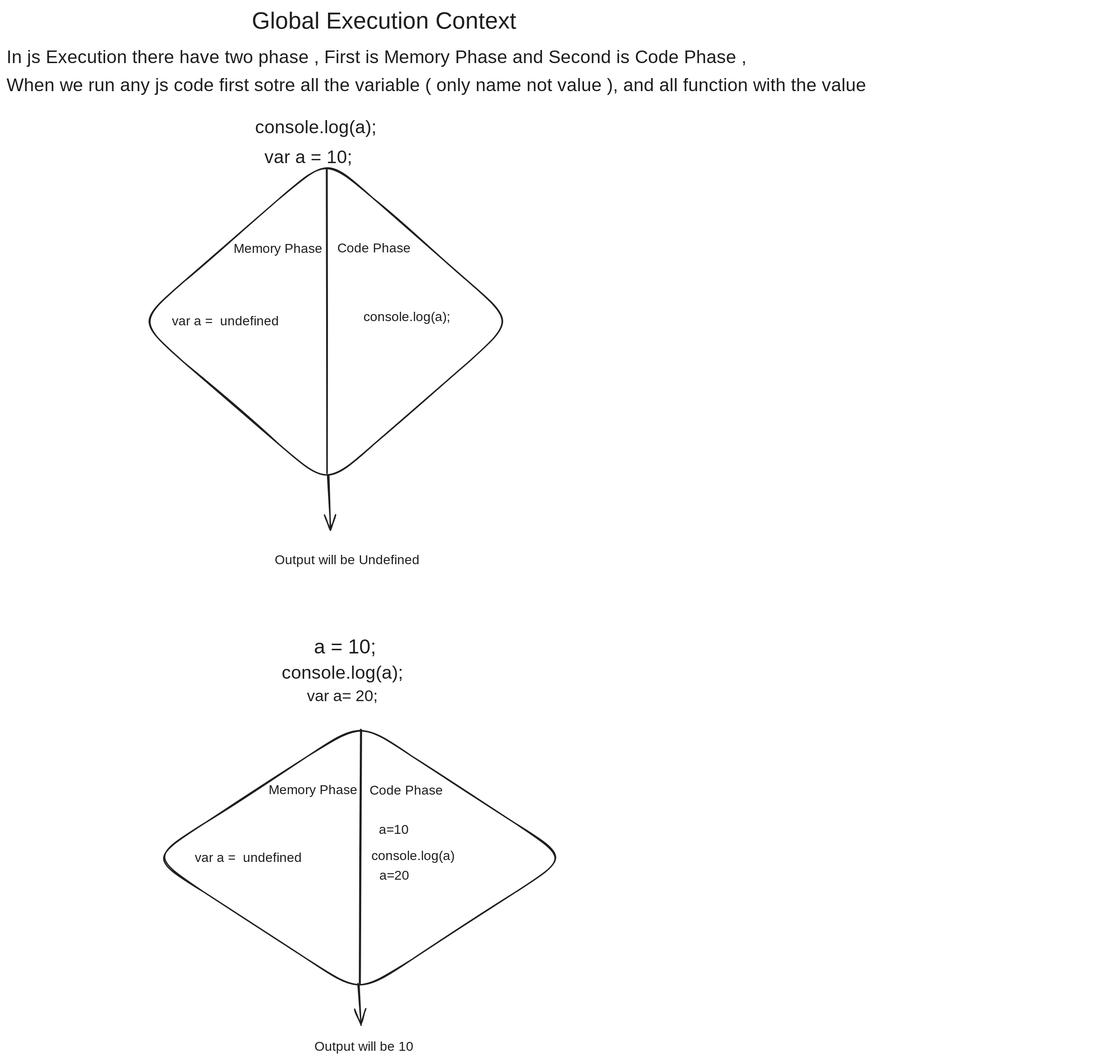
Shihab2022/interview-question keeps this Excalidraw diagram as js/Global Execution Context/Global Execution Context.excalidraw.svg. Above is the earlier version. Source tidied: one line per element, renumbered; positions are measured from the earlier drawing's top-left corner, leaving out a move shared by most shapes.
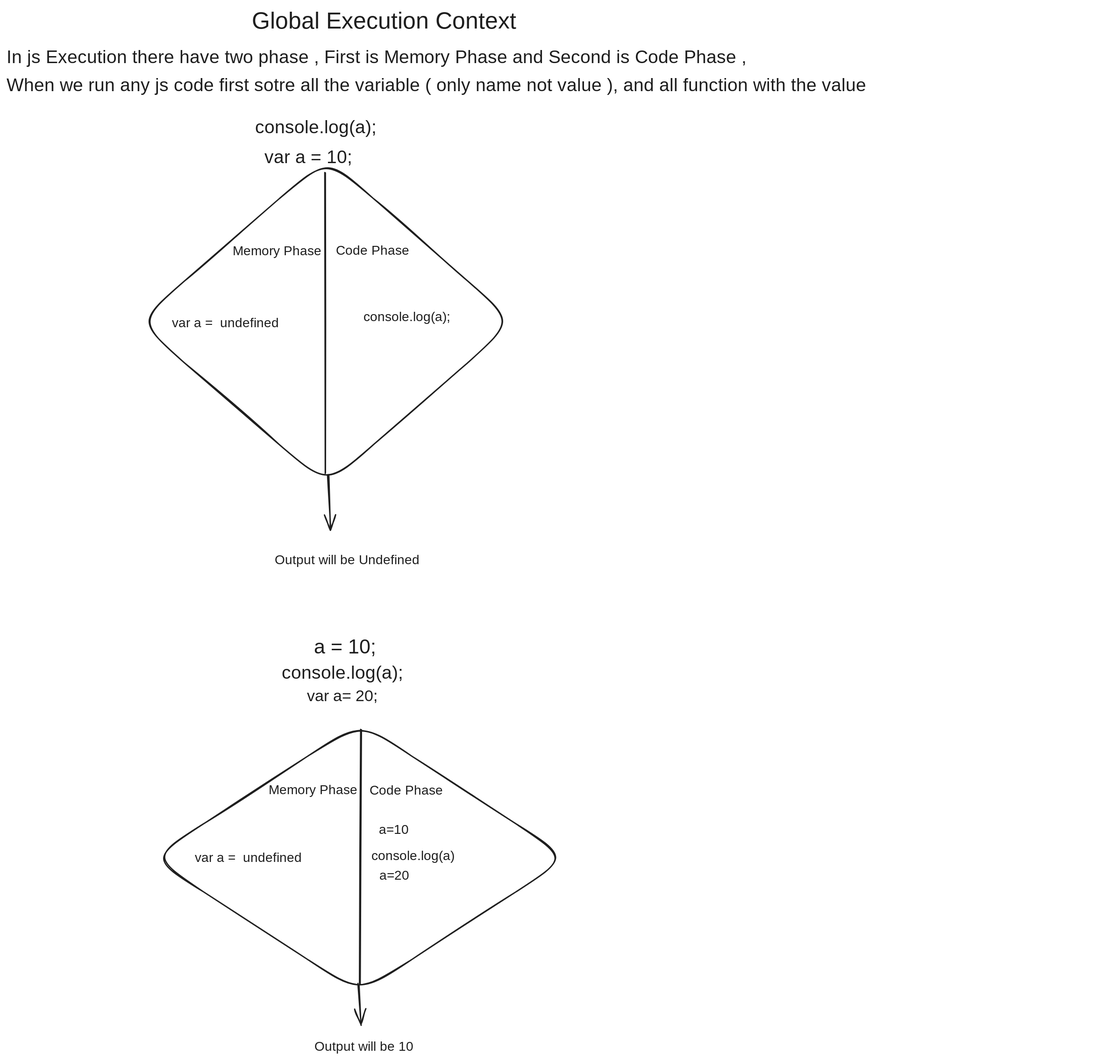
After the change.

Change to the diagram source:
```diff
@@ -4,10 +4,10 @@
 {"id": 3, "type": "diamond", "strokeColor": "#1e1e1e", "strokeWidth": 2, "roughness": 1, "round": true, "x": 200, "y": 231, "width": 577, "height": 501}
 {"id": 4, "type": "text", "text": "console.log(a);", "strokeColor": "#1e1e1e", "strokeWidth": 2, "roughness": 1, "fontSize": 28, "fontFamily": 8, "x": 380, "y": 169, "width": 231, "height": 35}
 {"id": 5, "type": "text", "text": "var a = 10; ", "strokeColor": "#1e1e1e", "strokeWidth": 2, "roughness": 1, "fontSize": 28, "fontFamily": 8, "x": 394, "y": 215, "width": 185, "height": 35}
-{"id": 6, "type": "line", "strokeColor": "#1e1e1e", "strokeWidth": 2, "roughness": 1, "round": true, "x": 489, "y": 248, "width": 0, "height": 465, "points": [[0, 0], [0, 465]]}
+{"id": 6, "type": "line", "strokeColor": "#1e1e1e", "strokeWidth": 2, "roughness": 1, "round": true, "x": 486, "y": 253, "width": 0, "height": 460, "points": [[0, 0], [0, 460]]}
-{"id": 7, "type": "text", "text": "Memory Phase", "strokeColor": "#1e1e1e", "strokeWidth": 2, "roughness": 1, "fontSize": 20, "fontFamily": 8, "x": 347, "y": 359, "width": 132, "height": 25}
+{"id": 7, "type": "text", "text": "Memory Phase", "strokeColor": "#1e1e1e", "strokeWidth": 2, "roughness": 1, "fontSize": 19.78, "fontFamily": 8, "x": 346, "y": 363, "width": 131, "height": 25}
-{"id": 8, "type": "text", "text": "Code Phase", "strokeColor": "#1e1e1e", "strokeWidth": 2, "roughness": 1, "fontSize": 20, "fontFamily": 8, "x": 506, "y": 358, "width": 110, "height": 25}
+{"id": 8, "type": "text", "text": "Code Phase", "strokeColor": "#1e1e1e", "strokeWidth": 2, "roughness": 1, "fontSize": 19.78, "fontFamily": 8, "x": 503, "y": 362, "width": 109, "height": 25}
-{"id": 9, "type": "text", "text": "var a =  undefined", "strokeColor": "#1e1e1e", "strokeWidth": 2, "roughness": 1, "fontSize": 20, "fontFamily": 8, "x": 253, "y": 470, "width": 198, "height": 25}
+{"id": 9, "type": "text", "text": "var a =  undefined", "strokeColor": "#1e1e1e", "strokeWidth": 2, "roughness": 1, "fontSize": 19.78, "fontFamily": 8, "x": 253, "y": 473, "width": 196, "height": 25}
 {"id": 10, "type": "text", "text": "console.log(a);", "strokeColor": "#1e1e1e", "strokeWidth": 2, "roughness": 1, "fontSize": 20, "fontFamily": 8, "x": 546, "y": 463, "width": 165, "height": 25}
 {"id": 11, "type": "arrow", "strokeColor": "#1e1e1e", "strokeWidth": 2, "roughness": 1, "endArrowhead": "arrow", "round": true, "from": 3, "x": 491, "y": 715, "width": 4, "height": 85, "points": [[0, 0], [4, 85]]}
 {"id": 12, "type": "text", "text": "Output will be Undefined ", "strokeColor": "#1e1e1e", "strokeWidth": 2, "roughness": 1, "fontSize": 20, "fontFamily": 8, "x": 410, "y": 835, "width": 275, "height": 25}
```
